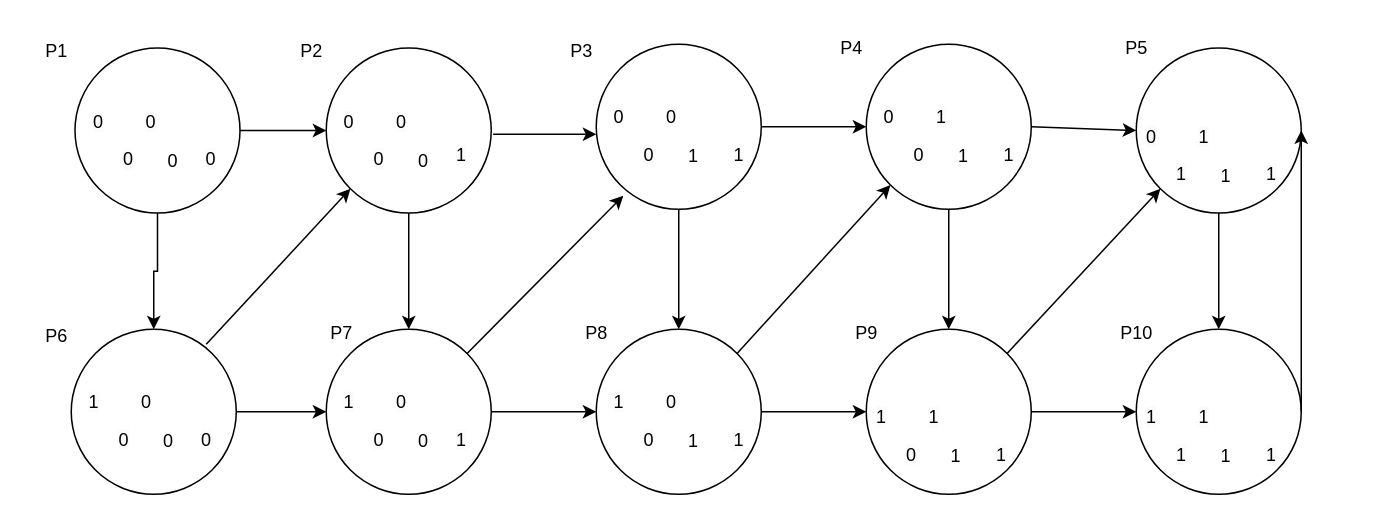
Above: граф каналы.drawio in LegendarbIch/Chichin-Kirill (draw.io), before the change. Source tidied: cells renumbered, new cells numbered last; positions are measured from the earlier drawing's top-left corner, leaving out a move shared by most shapes. Both pictures are drawn from the tidied source at 150%, with x=0, y=0 at pixel (26, 26).
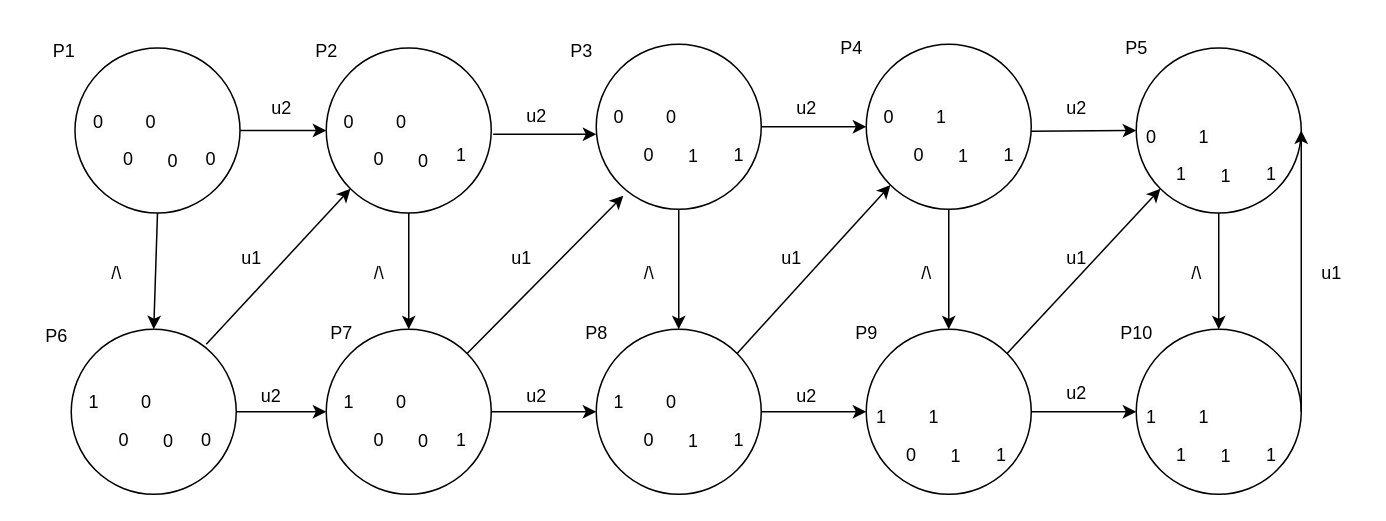
After the change.

Unchanged cells that the change refers to:
```xml
<mxCell id="3" style="ellipse;whiteSpace=wrap;html=1;" parent="1" vertex="1">
  <mxGeometry x="32.5" y="14.5" width="110" height="110" as="geometry" />
</mxCell>
<mxCell id="15" style="ellipse;whiteSpace=wrap;html=1;" parent="1" vertex="1">
  <mxGeometry x="30" y="202" width="110" height="110" as="geometry" />
</mxCell>
<mxCell id="39" style="ellipse;whiteSpace=wrap;html=1;" parent="1" vertex="1">
  <mxGeometry x="560" y="12" width="110" height="110" as="geometry" />
</mxCell>
<mxCell id="51" style="ellipse;whiteSpace=wrap;html=1;" parent="1" vertex="1">
  <mxGeometry x="740" y="14.5" width="110" height="110" as="geometry" />
</mxCell>
```

What changed in the source:
```diff
@@
-    <mxCell id="2" style="edgeStyle=orthogonalEdgeStyle;rounded=0;jettySize=auto;html=1;exitX=0.5;exitY=1;exitDx=0;exitDy=0;entryX=0.5;entryY=0;entryDx=0;entryDy=0;" parent="1" edge="1" source="3" target="15">
-      <mxGeometry relative="1" as="geometry" />
-    </mxCell>
@@
-    <mxCell id="75" style="endArrow=classic;html=1;rounded=0;entryX=0;entryY=0.5;entryDx=0;entryDy=0;exitX=1;exitY=0.5;exitDx=0;exitDy=0;" parent="1" edge="1" source="39" target="51">
-      <mxGeometry relative="1" as="geometry" />
+    <mxCell id="75" style="endArrow=classic;html=1;rounded=0;entryX=0;entryY=0.5;entryDx=0;entryDy=0;" parent="1" edge="1" target="51">
+      <mxGeometry relative="1" as="geometry">
+        <mxPoint x="670" y="70" as="sourcePoint" />
+      </mxGeometry>
     </mxCell>
@@
     <mxCell id="80" value="P1" style="text;html=1;align=center;verticalAlign=middle;strokeColor=none;fillColor=none;" parent="1" vertex="1">
-      <mxGeometry y="2" width="40" height="30" as="geometry" />
+      <mxGeometry x="5" y="2" width="40" height="30" as="geometry" />
     </mxCell>
     <mxCell id="81" value="P2" style="text;html=1;align=center;verticalAlign=middle;strokeColor=none;fillColor=none;" parent="1" vertex="1">
-      <mxGeometry x="170" y="2" width="40" height="30" as="geometry" />
+      <mxGeometry x="180" y="2" width="40" height="30" as="geometry" />
     </mxCell>
@@
+    <mxCell id="90" value="&lt;p class=&quot;MsoNormal&quot;&gt;u2&lt;/p&gt;" style="text;html=1;align=center;verticalAlign=middle;strokeColor=none;fillColor=none;" parent="1" vertex="1">
+      <mxGeometry x="150" y="30" width="40" height="50" as="geometry" />
+    </mxCell>
+    <mxCell id="2" style="endArrow=classic;html=1;rounded=0;exitX=0.5;exitY=1;exitDx=0;exitDy=0;entryX=0.5;entryY=0;entryDx=0;entryDy=0;" parent="1" edge="1" source="3" target="15">
+      <mxGeometry relative="1" as="geometry" />
+    </mxCell>
+    <mxCell id="91" value="/\" style="text;html=1;align=center;verticalAlign=middle;strokeColor=none;fillColor=none;" parent="1" vertex="1">
+      <mxGeometry x="45" y="150" width="30" height="30" as="geometry" />
+    </mxCell>
+    <mxCell id="92" value="u1" style="text;html=1;align=center;verticalAlign=middle;strokeColor=none;fillColor=none;" parent="1" vertex="1">
+      <mxGeometry x="130" y="140" width="40" height="30" as="geometry" />
+    </mxCell>
+    <mxCell id="93" value="/\" style="text;html=1;align=center;verticalAlign=middle;strokeColor=none;fillColor=none;" parent="1" vertex="1">
+      <mxGeometry x="220" y="150" width="30" height="30" as="geometry" />
+    </mxCell>
+    <mxCell id="94" value="/\" style="text;html=1;align=center;verticalAlign=middle;strokeColor=none;fillColor=none;" parent="1" vertex="1">
+      <mxGeometry x="400" y="150" width="30" height="30" as="geometry" />
+    </mxCell>
+    <mxCell id="95" value="/\" style="text;html=1;align=center;verticalAlign=middle;strokeColor=none;fillColor=none;" parent="1" vertex="1">
+      <mxGeometry x="585" y="150" width="30" height="30" as="geometry" />
+    </mxCell>
+    <mxCell id="96" value="/\" style="text;html=1;align=center;verticalAlign=middle;strokeColor=none;fillColor=none;" parent="1" vertex="1">
+      <mxGeometry x="765" y="150" width="30" height="30" as="geometry" />
+    </mxCell>
+    <mxCell id="97" value="u2" style="text;html=1;align=center;verticalAlign=middle;strokeColor=none;fillColor=none;" parent="1" vertex="1">
+      <mxGeometry x="320" y="44.5" width="40" height="30" as="geometry" />
+    </mxCell>
+    <mxCell id="98" value="u1" style="text;html=1;align=center;verticalAlign=middle;strokeColor=none;fillColor=none;" parent="1" vertex="1">
+      <mxGeometry x="310" y="140" width="40" height="30" as="geometry" />
+    </mxCell>
+    <mxCell id="99" value="u2" style="text;html=1;align=center;verticalAlign=middle;strokeColor=none;fillColor=none;" parent="1" vertex="1">
+      <mxGeometry x="142.5" y="232" width="40" height="30" as="geometry" />
+    </mxCell>
+    <mxCell id="100" value="u2" style="text;html=1;align=center;verticalAlign=middle;strokeColor=none;fillColor=none;" parent="1" vertex="1">
+      <mxGeometry x="320" y="232" width="40" height="30" as="geometry" />
+    </mxCell>
+    <mxCell id="101" value="u2" style="text;html=1;align=center;verticalAlign=middle;strokeColor=none;fillColor=none;" parent="1" vertex="1">
+      <mxGeometry x="500" y="232" width="40" height="30" as="geometry" />
+    </mxCell>
+    <mxCell id="102" value="u2" style="text;html=1;align=center;verticalAlign=middle;strokeColor=none;fillColor=none;" parent="1" vertex="1">
+      <mxGeometry x="680" y="230" width="40" height="30" as="geometry" />
+    </mxCell>
+    <mxCell id="103" value="u1" style="text;html=1;align=center;verticalAlign=middle;strokeColor=none;fillColor=none;" parent="1" vertex="1">
+      <mxGeometry x="490" y="140" width="40" height="30" as="geometry" />
+    </mxCell>
+    <mxCell id="104" value="u1" style="text;html=1;align=center;verticalAlign=middle;strokeColor=none;fillColor=none;" parent="1" vertex="1">
+      <mxGeometry x="680" y="140" width="40" height="30" as="geometry" />
+    </mxCell>
+    <mxCell id="105" value="u2" style="text;html=1;align=center;verticalAlign=middle;strokeColor=none;fillColor=none;" parent="1" vertex="1">
+      <mxGeometry x="500" y="40" width="40" height="30" as="geometry" />
+    </mxCell>
+    <mxCell id="106" value="u2" style="text;html=1;align=center;verticalAlign=middle;strokeColor=none;fillColor=none;" parent="1" vertex="1">
+      <mxGeometry x="680" y="40" width="40" height="30" as="geometry" />
+    </mxCell>
+    <mxCell id="107" value="u1" style="text;html=1;align=center;verticalAlign=middle;strokeColor=none;fillColor=none;" parent="1" vertex="1">
+      <mxGeometry x="850" y="150" width="40" height="30" as="geometry" />
+    </mxCell>
```
